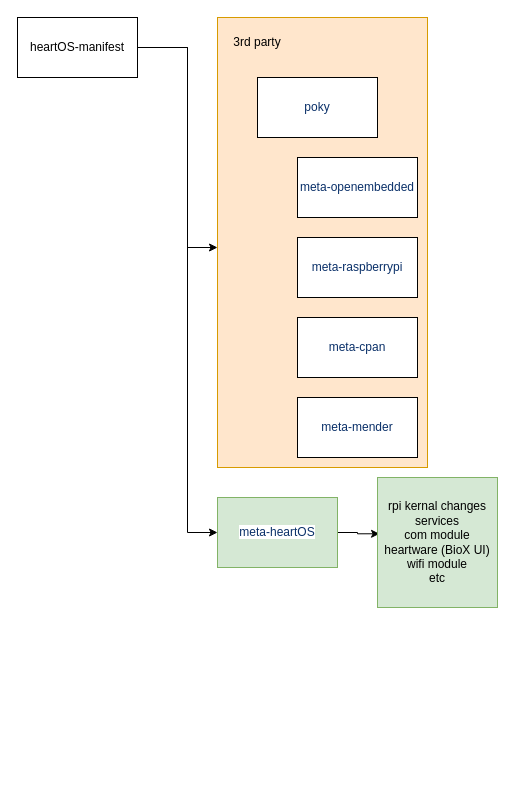
The draw.io diagram page "Page-1" (1 of 2) of Yoctolayout.drawio in tactmaster/drawing, before the edit. Source tidied: cells renumbered, new cells numbered last; positions are measured from the earlier drawing's top-left corner, leaving out a move shared by most shapes. Both pictures are drawn from the tidied source at 100%, with x=0, y=0 at pixel (17, 17).
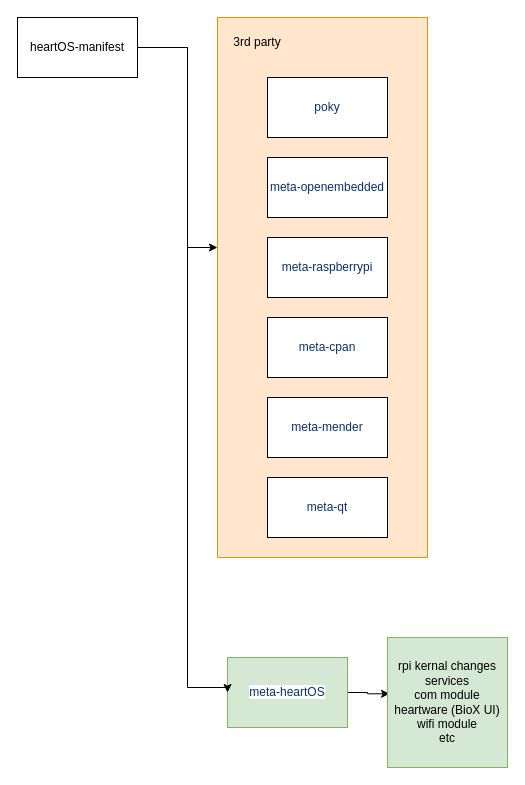
The same diagram, later.

The edit, as a diff of the source:
```diff
@@
 <mxGraphModel>
   <root>
     <mxCell id="0" />
     <mxCell id="1" parent="0" />
     <mxCell id="2" style="rounded=0;whiteSpace=wrap;html=1;align=left;fillColor=#ffe6cc;strokeColor=#d79b00;" parent="1" vertex="1">
-      <mxGeometry x="200" width="210" height="450" as="geometry" />
+      <mxGeometry x="200" width="210" height="540" as="geometry" />
     </mxCell>
     <mxCell id="3" value="heartOS-manifest" style="rounded=0;whiteSpace=wrap;html=1;" parent="1" vertex="1">
       <mxGeometry width="120" height="60" as="geometry" />
     </mxCell>
     <mxCell id="4" value="&lt;span style=&quot;color: rgb(10 , 48 , 105) ; font-family: , , &amp;#34;sf mono&amp;#34; , &amp;#34;menlo&amp;#34; , &amp;#34;consolas&amp;#34; , &amp;#34;liberation mono&amp;#34; , monospace ; background-color: rgb(255 , 255 , 255)&quot;&gt;poky&lt;/span&gt;" style="rounded=0;whiteSpace=wrap;html=1;" parent="1" vertex="1">
-      <mxGeometry x="240" y="60" width="120" height="60" as="geometry" />
+      <mxGeometry x="250" y="60" width="120" height="60" as="geometry" />
     </mxCell>
     <mxCell id="5" value="&lt;span style=&quot;color: rgb(10 , 48 , 105) ; font-family: , , &amp;#34;sf mono&amp;#34; , &amp;#34;menlo&amp;#34; , &amp;#34;consolas&amp;#34; , &amp;#34;liberation mono&amp;#34; , monospace ; background-color: rgb(255 , 255 , 255)&quot;&gt;meta-openembedded&lt;/span&gt;" style="rounded=0;whiteSpace=wrap;html=1;" parent="1" vertex="1">
-      <mxGeometry x="280" y="140" width="120" height="60" as="geometry" />
+      <mxGeometry x="250" y="140" width="120" height="60" as="geometry" />
     </mxCell>
     <mxCell id="6" value="&lt;span style=&quot;color: rgb(10 , 48 , 105) ; font-family: , , &amp;#34;sf mono&amp;#34; , &amp;#34;menlo&amp;#34; , &amp;#34;consolas&amp;#34; , &amp;#34;liberation mono&amp;#34; , monospace ; background-color: rgb(255 , 255 , 255)&quot;&gt;meta-raspberrypi&lt;/span&gt;" style="rounded=0;whiteSpace=wrap;html=1;" parent="1" vertex="1">
-      <mxGeometry x="280" y="220" width="120" height="60" as="geometry" />
+      <mxGeometry x="250" y="220" width="120" height="60" as="geometry" />
     </mxCell>
     <mxCell id="7" value="&lt;span style=&quot;color: rgb(10 , 48 , 105) ; font-family: , , &amp;#34;sf mono&amp;#34; , &amp;#34;menlo&amp;#34; , &amp;#34;consolas&amp;#34; , &amp;#34;liberation mono&amp;#34; , monospace ; background-color: rgb(255 , 255 , 255)&quot;&gt;meta-cpan&lt;/span&gt;" style="rounded=0;whiteSpace=wrap;html=1;" parent="1" vertex="1">
-      <mxGeometry x="280" y="300" width="120" height="60" as="geometry" />
+      <mxGeometry x="250" y="300" width="120" height="60" as="geometry" />
     </mxCell>
     <mxCell id="8" value="&lt;span style=&quot;color: rgb(10, 48, 105); font-size: 12px; font-style: normal; font-weight: 400; letter-spacing: normal; text-indent: 0px; text-transform: none; word-spacing: 0px; background-color: rgb(255, 255, 255); display: inline; float: none;&quot;&gt;meta-mender&lt;/span&gt;" style="rounded=0;whiteSpace=wrap;html=1;" parent="1" vertex="1">
-      <mxGeometry x="280" y="380" width="120" height="60" as="geometry" />
+      <mxGeometry x="250" y="380" width="120" height="60" as="geometry" />
     </mxCell>
     <mxCell id="9" style="edgeStyle=orthogonalEdgeStyle;rounded=0;jettySize=auto;html=1;exitX=1;exitY=0.5;exitDx=0;exitDy=0;entryX=0.017;entryY=0.433;entryDx=0;entryDy=0;entryPerimeter=0;" parent="1" edge="1" source="10" target="12">
       <mxGeometry relative="1" as="geometry" />
     </mxCell>
     <mxCell id="10" value="&lt;span style=&quot;color: rgb(10 , 48 , 105) ; font-family: , , &amp;#34;sf mono&amp;#34; , &amp;#34;menlo&amp;#34; , &amp;#34;consolas&amp;#34; , &amp;#34;liberation mono&amp;#34; , monospace ; background-color: rgb(255 , 255 , 255)&quot;&gt;meta-heartOS&lt;/span&gt;" style="rounded=0;whiteSpace=wrap;html=1;fillColor=#d5e8d4;strokeColor=#82b366;" parent="1" vertex="1">
-      <mxGeometry x="200" y="480" width="120" height="70" as="geometry" />
+      <mxGeometry x="210" y="640" width="120" height="70" as="geometry" />
     </mxCell>
     <mxCell id="11" value="3rd party" style="text;html=1;strokeColor=none;fillColor=none;align=center;verticalAlign=middle;whiteSpace=wrap;rounded=0;" parent="1" vertex="1">
       <mxGeometry x="210" y="10" width="60" height="30" as="geometry" />
     </mxCell>
     <mxCell id="12" value="rpi kernal changes&lt;br&gt;services&lt;br&gt;com module&lt;br&gt;heartware (BioX UI)&lt;br&gt;wifi module&lt;br&gt;etc" style="rounded=0;whiteSpace=wrap;html=1;fillColor=#d5e8d4;strokeColor=#82b366;" parent="1" vertex="1">
-      <mxGeometry x="360" y="460" width="120" height="130" as="geometry" />
+      <mxGeometry x="370" y="620" width="120" height="130" as="geometry" />
     </mxCell>
     <mxCell id="13" style="edgeStyle=segmentEdgeStyle;endArrow=classic;html=1;rounded=0;exitX=1;exitY=0.5;exitDx=0;exitDy=0;entryX=0;entryY=0.5;entryDx=0;entryDy=0;" parent="1" edge="1" source="3" target="10">
       <mxGeometry relative="1" as="geometry">
         <Array as="points">
           <mxPoint x="170" y="30" />
-          <mxPoint x="170" y="515" />
+          <mxPoint x="170" y="670" />
+          <mxPoint x="210" y="670" />
         </Array>
       </mxGeometry>
     </mxCell>
     <mxCell id="14" style="edgeStyle=segmentEdgeStyle;endArrow=classic;html=1;rounded=0;exitX=1;exitY=0.5;exitDx=0;exitDy=0;" parent="1" edge="1" source="3" target="2">
       <mxGeometry relative="1" as="geometry">
         <Array as="points">
           <mxPoint x="170" y="30" />
           <mxPoint x="170" y="230" />
         </Array>
       </mxGeometry>
     </mxCell>
+    <mxCell id="15" value="&lt;span style=&quot;color: rgb(10 , 48 , 105) ; font-size: 12px ; font-style: normal ; font-weight: 400 ; letter-spacing: normal ; text-indent: 0px ; text-transform: none ; word-spacing: 0px ; background-color: rgb(255 , 255 , 255) ; display: inline ; float: none&quot;&gt;meta-qt&lt;br&gt;&lt;/span&gt;" style="rounded=0;whiteSpace=wrap;html=1;" parent="1" vertex="1">
+      <mxGeometry x="250" y="460" width="120" height="60" as="geometry" />
+    </mxCell>
   </root>
 </mxGraphModel>
```
